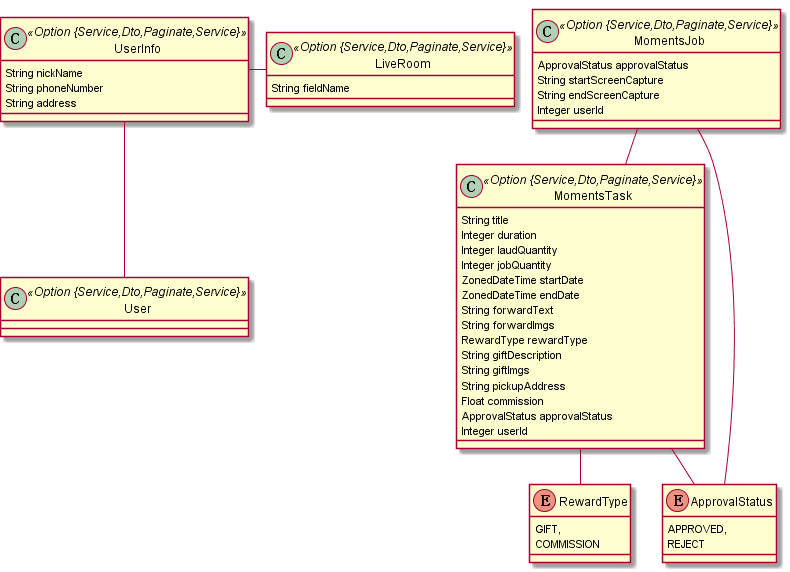
The PlantUML diagram models/uaav1.png in lsfoo/share-task, before a commit.
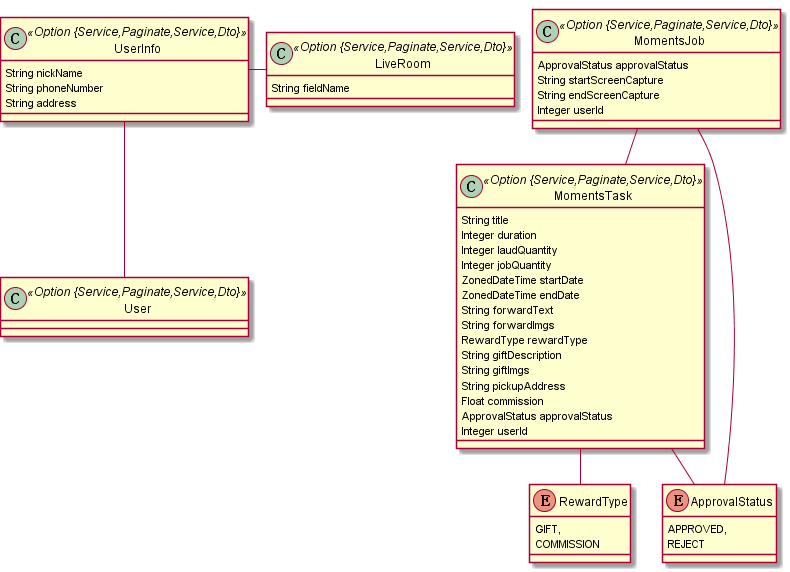
After the change.

Diff of the diagram source:
```diff
@@ -1,15 +1,15 @@
 @startuml
 	!pragma graphviz_dot jdot
 	!pragma syntax class
-	class UserInfo <<Option {Service,Dto,Paginate,Service}>> {
+	class UserInfo <<Option {Service,Paginate,Service,Dto}>> {
 		String nickName
 		String phoneNumber
 		String address
 	}
-	class LiveRoom <<Option {Service,Dto,Paginate,Service}>> {
+	class LiveRoom <<Option {Service,Paginate,Service,Dto}>> {
 		String fieldName
 	}
-	class MomentsTask <<Option {Service,Dto,Paginate,Service}>> {
+	class MomentsTask <<Option {Service,Paginate,Service,Dto}>> {
 		String title
 		Integer duration
 		Integer laudQuantity
@@ -36,7 +36,7 @@
 		APPROVED,
 		REJECT
 	}
-	class MomentsJob <<Option {Service,Dto,Paginate,Service}>> {
+	class MomentsJob <<Option {Service,Paginate,Service,Dto}>> {
 		ApprovalStatus approvalStatus
 		String startScreenCapture
 		String endScreenCapture
@@ -44,6 +44,6 @@
 	}
 	MomentsJob ..> ApprovalStatus
 	MomentsJob  "task(title) 0..* " o-- "0..1 "  MomentsTask
-	class User <<Option {Service,Dto,Paginate,Service}>> {
+	class User <<Option {Service,Paginate,Service,Dto}>> {
 	}
 @enduml
```
